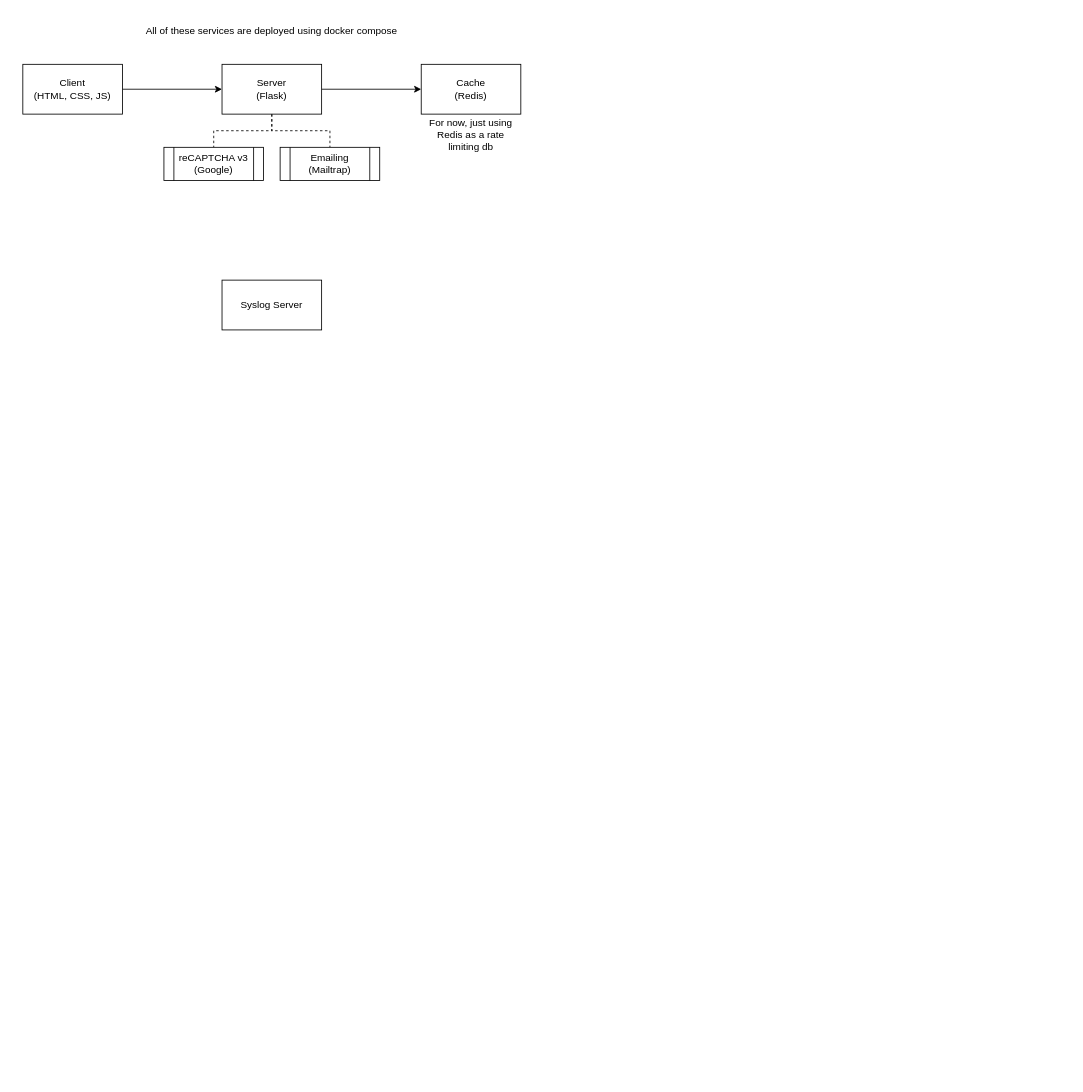
Before: diagrams/rough-architecture.drawio in rusdog2784/mile-high-aerials, a draw.io diagram. Source tidied: cells renumbered, new cells numbered last; positions are measured from the earlier drawing's top-left corner, leaving out a move shared by most shapes. Both pictures are drawn from the tidied source at 83%, with x=0, y=0 at pixel (22, 14).
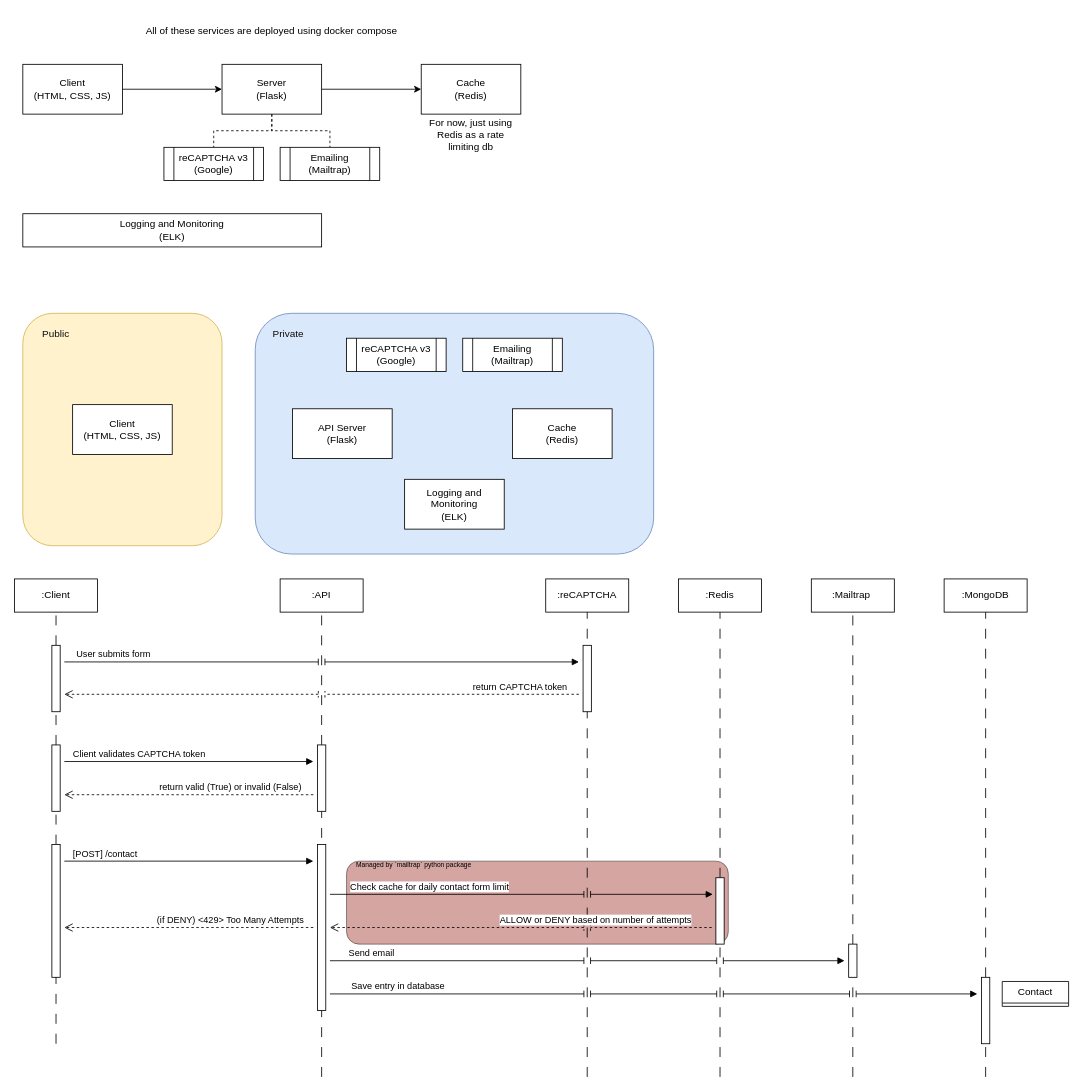
Above is the later version.

Commit message (it also covers changes not shown here):
Pushing a working copy. The compose.local.yaml compose file successfully sets up a client, api, and redis server (the whole app so far).

What changed in the source:
```diff
@@
+    <mxCell id="14" style="rounded=1;whiteSpace=wrap;html=1;fillColor=#AB4C44;opacity=50;" parent="1" vertex="1">
+      <mxGeometry x="390" y="1020" width="460" height="100" as="geometry" />
+    </mxCell>
+    <mxCell id="15" value=":reCAPTCHA" style="rounded=0;whiteSpace=wrap;html=1;" parent="1" vertex="1">
+      <mxGeometry x="630" y="680" width="100" height="40" as="geometry" />
+    </mxCell>
+    <mxCell id="16" style="endArrow=none;dashed=1;html=1;rounded=0;entryX=0.5;entryY=1;entryDx=0;entryDy=0;dashPattern=12 12;" parent="1" edge="1" target="15">
+      <mxGeometry relative="1" as="geometry">
+        <mxPoint x="680" y="1280" as="sourcePoint" />
+      </mxGeometry>
+    </mxCell>
+    <mxCell id="17" style="endArrow=none;dashed=1;html=1;rounded=0;entryX=0.5;entryY=1;entryDx=0;entryDy=0;dashPattern=12 12;" parent="1" edge="1" source="42" target="18">
+      <mxGeometry relative="1" as="geometry" />
+    </mxCell>
+    <mxCell id="18" value=":API" style="rounded=0;whiteSpace=wrap;html=1;" parent="1" vertex="1">
+      <mxGeometry x="310" y="680" width="100" height="40" as="geometry" />
+    </mxCell>
+    <mxCell id="19" value=":Client" style="rounded=0;whiteSpace=wrap;html=1;" parent="1" vertex="1">
+      <mxGeometry x="-10" y="680" width="100" height="40" as="geometry" />
+    </mxCell>
+    <mxCell id="20" style="endArrow=none;dashed=1;html=1;rounded=0;entryX=0.5;entryY=1;entryDx=0;entryDy=0;dashPattern=12 12;" parent="1" edge="1" target="19">
+      <mxGeometry relative="1" as="geometry">
+        <mxPoint x="40" y="1240" as="sourcePoint" />
+      </mxGeometry>
+    </mxCell>
@@
-    <mxCell id="13" value="Syslog Server" style="rounded=0;whiteSpace=wrap;html=1;" parent="1" vertex="1">
-      <mxGeometry x="240" y="320" width="120" height="60" as="geometry" />
+    <mxCell id="13" value="Logging and Monitoring&lt;div&gt;(ELK)&lt;/div&gt;" style="rounded=0;whiteSpace=wrap;html=1;" parent="1" vertex="1">
+      <mxGeometry y="240" width="360" height="40" as="geometry" />
     </mxCell>
+    <mxCell id="21" style="rounded=1;whiteSpace=wrap;html=1;fillColor=#dae8fc;strokeColor=#6c8ebf;" parent="1" vertex="1">
+      <mxGeometry x="280" y="360" width="480" height="290" as="geometry" />
+    </mxCell>
+    <mxCell id="22" value="Private" style="text;html=1;align=center;verticalAlign=middle;whiteSpace=wrap;rounded=0;fontColor=#0D0D0D;" parent="1" vertex="1">
+      <mxGeometry x="290" y="370" width="60" height="30" as="geometry" />
+    </mxCell>
+    <mxCell id="23" style="rounded=1;whiteSpace=wrap;html=1;fillColor=#fff2cc;strokeColor=#d6b656;" parent="1" vertex="1">
+      <mxGeometry y="360" width="240" height="280" as="geometry" />
+    </mxCell>
+    <mxCell id="24" value="Public" style="text;html=1;align=center;verticalAlign=middle;whiteSpace=wrap;rounded=0;fontColor=#0D0D0D;" parent="1" vertex="1">
+      <mxGeometry x="10" y="370" width="60" height="30" as="geometry" />
+    </mxCell>
+    <mxCell id="25" value="Client&lt;div&gt;(HTML, CSS, JS)&lt;/div&gt;" style="rounded=0;whiteSpace=wrap;html=1;" parent="1" vertex="1">
+      <mxGeometry x="60" y="470" width="120" height="60" as="geometry" />
+    </mxCell>
+    <mxCell id="26" value="API Server&lt;div&gt;(Flask)&lt;/div&gt;" style="rounded=0;whiteSpace=wrap;html=1;" parent="1" vertex="1">
+      <mxGeometry x="325" y="475" width="120" height="60" as="geometry" />
+    </mxCell>
+    <mxCell id="27" value="reCAPTCHA v3&lt;br&gt;(Google)" style="shape=process;whiteSpace=wrap;html=1;backgroundOutline=1;" parent="1" vertex="1">
+      <mxGeometry x="390" y="390" width="120" height="40" as="geometry" />
+    </mxCell>
+    <mxCell id="28" value="Emailing&lt;div&gt;(Mailtrap)&lt;/div&gt;" style="shape=process;whiteSpace=wrap;html=1;backgroundOutline=1;" parent="1" vertex="1">
+      <mxGeometry x="530" y="390" width="120" height="40" as="geometry" />
+    </mxCell>
+    <mxCell id="29" value="Cache&lt;br&gt;(Redis)" style="rounded=0;whiteSpace=wrap;html=1;" parent="1" vertex="1">
+      <mxGeometry x="590" y="475" width="120" height="60" as="geometry" />
+    </mxCell>
+    <mxCell id="30" value="Logging and Monitoring&lt;div&gt;(ELK)&lt;/div&gt;" style="rounded=0;whiteSpace=wrap;html=1;" parent="1" vertex="1">
+      <mxGeometry x="460" y="560" width="120" height="60" as="geometry" />
+    </mxCell>
+    <mxCell id="31" style="html=1;perimeter=orthogonalPerimeter;targetShapes=umlLifeline;newEdgeStyle={&quot;curved&quot;:0,&quot;rounded&quot;:0};" parent="1" vertex="1">
+      <mxGeometry x="35" y="1000" width="10" height="160" as="geometry" />
+    </mxCell>
+    <mxCell id="32" style="html=1;perimeter=orthogonalPerimeter;targetShapes=umlLifeline;newEdgeStyle={&quot;curved&quot;:0,&quot;rounded&quot;:0};" parent="1" vertex="1">
+      <mxGeometry x="675" y="760" width="10" height="80" as="geometry" />
+    </mxCell>
+    <mxCell id="33" value="[POST] /contact" style="html=1;verticalAlign=bottom;endArrow=block;curved=0;rounded=0;" parent="1" edge="1">
+      <mxGeometry x="-0.67" relative="1" as="geometry">
+        <mxPoint x="50" y="1020" as="sourcePoint" />
+        <mxPoint x="350" y="1020" as="targetPoint" />
+      </mxGeometry>
+    </mxCell>
+    <mxCell id="34" value="Check cache for daily contact form limit" style="html=1;verticalAlign=bottom;endArrow=block;curved=0;rounded=0;jumpStyle=line;jumpSize=8;" parent="1" edge="1">
+      <mxGeometry x="-0.48" relative="1" as="geometry">
+        <mxPoint x="370" y="1060" as="sourcePoint" />
+        <mxPoint x="831.3" y="1060" as="targetPoint" />
+      </mxGeometry>
+    </mxCell>
+    <mxCell id="35" value="User submits form" style="html=1;verticalAlign=bottom;endArrow=block;curved=0;rounded=0;align=center;jumpStyle=line;jumpSize=8;" parent="1" edge="1">
+      <mxGeometry x="-0.81" relative="1" as="geometry">
+        <mxPoint x="50" y="780" as="sourcePoint" />
+        <mxPoint x="670" y="780" as="targetPoint" />
+      </mxGeometry>
+    </mxCell>
+    <mxCell id="36" value="return CAPTCHA token" style="html=1;verticalAlign=bottom;endArrow=open;dashed=1;endSize=8;curved=0;rounded=0;jumpStyle=line;jumpSize=8;" parent="1" edge="1">
+      <mxGeometry x="-0.77" relative="1" as="geometry">
+        <mxPoint x="670" y="819" as="sourcePoint" />
+        <mxPoint x="50" y="819" as="targetPoint" />
+      </mxGeometry>
+    </mxCell>
+    <mxCell id="37" style="html=1;perimeter=orthogonalPerimeter;targetShapes=umlLifeline;newEdgeStyle={&quot;curved&quot;:0,&quot;rounded&quot;:0};" parent="1" vertex="1">
+      <mxGeometry x="35" y="760" width="10" height="80" as="geometry" />
+    </mxCell>
+    <mxCell id="38" style="html=1;perimeter=orthogonalPerimeter;targetShapes=umlLifeline;newEdgeStyle={&quot;curved&quot;:0,&quot;rounded&quot;:0};" parent="1" vertex="1">
+      <mxGeometry x="35" y="880" width="10" height="80" as="geometry" />
+    </mxCell>
+    <mxCell id="39" value="Client validates CAPTCHA token" style="html=1;verticalAlign=bottom;endArrow=block;curved=0;rounded=0;align=center;jumpStyle=line;jumpSize=8;" parent="1" edge="1">
+      <mxGeometry x="-0.4" relative="1" as="geometry">
+        <mxPoint x="50" y="900" as="sourcePoint" />
+        <mxPoint x="350" y="900" as="targetPoint" />
+      </mxGeometry>
+    </mxCell>
+    <mxCell id="40" value="return valid (True) or invalid (False)" style="html=1;verticalAlign=bottom;endArrow=open;dashed=1;endSize=8;curved=0;rounded=0;jumpStyle=line;jumpSize=8;" parent="1" edge="1">
+      <mxGeometry x="-0.33" relative="1" as="geometry">
+        <mxPoint x="350" y="940" as="sourcePoint" />
+        <mxPoint x="50" y="940" as="targetPoint" />
+      </mxGeometry>
+    </mxCell>
+    <mxCell id="41" style="endArrow=none;dashed=1;html=1;rounded=0;entryX=0.5;entryY=1;entryDx=0;entryDy=0;dashPattern=12 12;" parent="1" edge="1" target="42">
+      <mxGeometry relative="1" as="geometry">
+        <mxPoint x="360" y="1280" as="sourcePoint" />
+      </mxGeometry>
+    </mxCell>
+    <mxCell id="42" style="html=1;points=[[0,0,0,0,5],[0,1,0,0,-5],[1,0,0,0,5],[1,1,0,0,-5]];perimeter=orthogonalPerimeter;outlineConnect=0;targetShapes=umlLifeline;portConstraint=eastwest;newEdgeStyle={&quot;curved&quot;:0,&quot;rounded&quot;:0};" parent="1" vertex="1">
+      <mxGeometry x="355" y="880" width="10" height="80" as="geometry" />
+    </mxCell>
+    <mxCell id="43" style="html=1;perimeter=orthogonalPerimeter;targetShapes=umlLifeline;newEdgeStyle={&quot;curved&quot;:0,&quot;rounded&quot;:0};" parent="1" vertex="1">
+      <mxGeometry x="355" y="1000" width="10" height="200" as="geometry" />
+    </mxCell>
+    <mxCell id="44" value=":Redis" style="rounded=0;whiteSpace=wrap;html=1;" parent="1" vertex="1">
+      <mxGeometry x="790" y="680" width="100" height="40" as="geometry" />
+    </mxCell>
+    <mxCell id="45" style="endArrow=none;dashed=1;html=1;rounded=0;entryX=0.5;entryY=1;entryDx=0;entryDy=0;dashPattern=12 12;" parent="1" edge="1" target="44">
+      <mxGeometry relative="1" as="geometry">
+        <mxPoint x="840" y="1280" as="sourcePoint" />
+      </mxGeometry>
+    </mxCell>
+    <mxCell id="46" style="html=1;perimeter=orthogonalPerimeter;targetShapes=umlLifeline;newEdgeStyle={&quot;curved&quot;:0,&quot;rounded&quot;:0};" parent="1" vertex="1">
+      <mxGeometry x="835" y="1040" width="10" height="80" as="geometry" />
+    </mxCell>
+    <mxCell id="47" value="ALLOW or DENY based on number of attempts" style="html=1;verticalAlign=bottom;endArrow=open;dashed=1;endSize=8;curved=0;rounded=0;jumpStyle=line;jumpSize=8;" parent="1" edge="1">
+      <mxGeometry x="-0.39" relative="1" as="geometry">
+        <mxPoint x="830" y="1100" as="sourcePoint" />
+        <mxPoint x="370" y="1100" as="targetPoint" />
+      </mxGeometry>
+    </mxCell>
+    <mxCell id="48" value="(if DENY) &amp;lt;429&amp;gt; Too Many Attempts" style="html=1;verticalAlign=bottom;endArrow=open;dashed=1;endSize=8;curved=0;rounded=0;" parent="1" edge="1">
+      <mxGeometry x="-0.33" relative="1" as="geometry">
+        <mxPoint x="350" y="1100" as="sourcePoint" />
+        <mxPoint x="50" y="1100" as="targetPoint" />
+      </mxGeometry>
+    </mxCell>
+    <mxCell id="49" value=":Mailtrap&amp;nbsp;" style="rounded=0;whiteSpace=wrap;html=1;" parent="1" vertex="1">
+      <mxGeometry x="950" y="680" width="100" height="40" as="geometry" />
+    </mxCell>
+    <mxCell id="50" style="endArrow=none;dashed=1;html=1;rounded=0;entryX=0.5;entryY=1;entryDx=0;entryDy=0;dashPattern=12 12;" parent="1" edge="1" source="55" target="49">
+      <mxGeometry relative="1" as="geometry" />
+    </mxCell>
+    <mxCell id="51" value=":MongoDB" style="rounded=0;whiteSpace=wrap;html=1;" parent="1" vertex="1">
+      <mxGeometry x="1110" y="680" width="100" height="40" as="geometry" />
+    </mxCell>
+    <mxCell id="52" style="endArrow=none;dashed=1;html=1;rounded=0;entryX=0.5;entryY=1;entryDx=0;entryDy=0;dashPattern=12 12;" parent="1" edge="1" target="51">
+      <mxGeometry relative="1" as="geometry">
+        <mxPoint x="1160" y="1280" as="sourcePoint" />
+      </mxGeometry>
+    </mxCell>
+    <mxCell id="53" value="Send email" style="html=1;verticalAlign=bottom;endArrow=block;curved=0;rounded=0;jumpStyle=line;jumpSize=8;" parent="1" edge="1">
+      <mxGeometry x="-0.84" relative="1" as="geometry">
+        <mxPoint x="370" y="1140" as="sourcePoint" />
+        <mxPoint x="990" y="1140" as="targetPoint" />
+      </mxGeometry>
+    </mxCell>
+    <mxCell id="54" style="endArrow=none;dashed=1;html=1;rounded=0;entryX=0.5;entryY=1;entryDx=0;entryDy=0;dashPattern=12 12;" parent="1" edge="1" target="55">
+      <mxGeometry relative="1" as="geometry">
+        <mxPoint x="1000" y="1280" as="sourcePoint" />
+      </mxGeometry>
+    </mxCell>
+    <mxCell id="55" style="html=1;points=[[0,0,0,0,5],[0,1,0,0,-5],[1,0,0,0,5],[1,1,0,0,-5]];perimeter=orthogonalPerimeter;outlineConnect=0;targetShapes=umlLifeline;portConstraint=eastwest;newEdgeStyle={&quot;curved&quot;:0,&quot;rounded&quot;:0};" parent="1" vertex="1">
+      <mxGeometry x="995" y="1120" width="10" height="40" as="geometry" />
+    </mxCell>
+    <mxCell id="56" value="Save entry in database" style="html=1;verticalAlign=bottom;endArrow=block;curved=0;rounded=0;jumpStyle=line;jumpSize=8;" parent="1" edge="1">
+      <mxGeometry x="-0.79" relative="1" as="geometry">
+        <mxPoint x="370" y="1180" as="sourcePoint" />
+        <mxPoint x="1150" y="1180" as="targetPoint" />
+      </mxGeometry>
+    </mxCell>
+    <mxCell id="57" style="html=1;perimeter=orthogonalPerimeter;targetShapes=umlLifeline;newEdgeStyle={&quot;curved&quot;:0,&quot;rounded&quot;:0};" parent="1" vertex="1">
+      <mxGeometry x="1155" y="1160" width="10" height="80" as="geometry" />
+    </mxCell>
+    <mxCell id="58" value="Contact" style="swimlane;fontStyle=0;horizontal=1;startSize=26;fillColor=none;whiteSpace=wrap;html=1;" parent="1" vertex="1" collapsed="1">
+      <mxGeometry x="1180" y="1165" width="80" height="30" as="geometry" />
+    </mxCell>
+    <mxCell id="59" value="Managed by `mailtrap` python package" style="text;html=1;align=left;verticalAlign=middle;whiteSpace=wrap;rounded=0;fontSize=8;" parent="1" vertex="1">
+      <mxGeometry x="400" y="1020" width="220" height="10" as="geometry" />
+    </mxCell>
```
